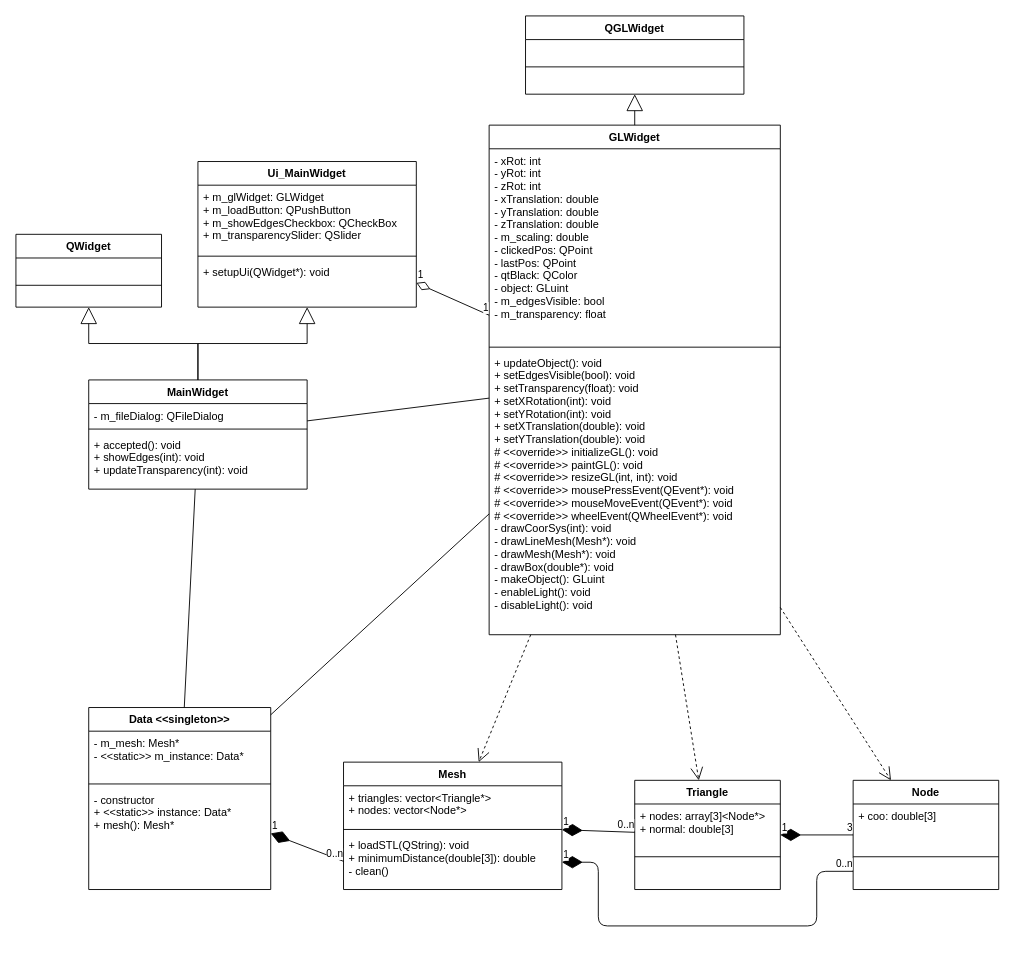
behej/drawio_exoSurgi keeps this draw.io diagram as exoSurgi.drawio. Above is the earlier version. Source tidied: cells renumbered, new cells numbered last; positions are measured from the earlier drawing's top-left corner, leaving out a move shared by most shapes. Both pictures are drawn from the tidied source at 91%, with x=0, y=0 at pixel (15, 15).
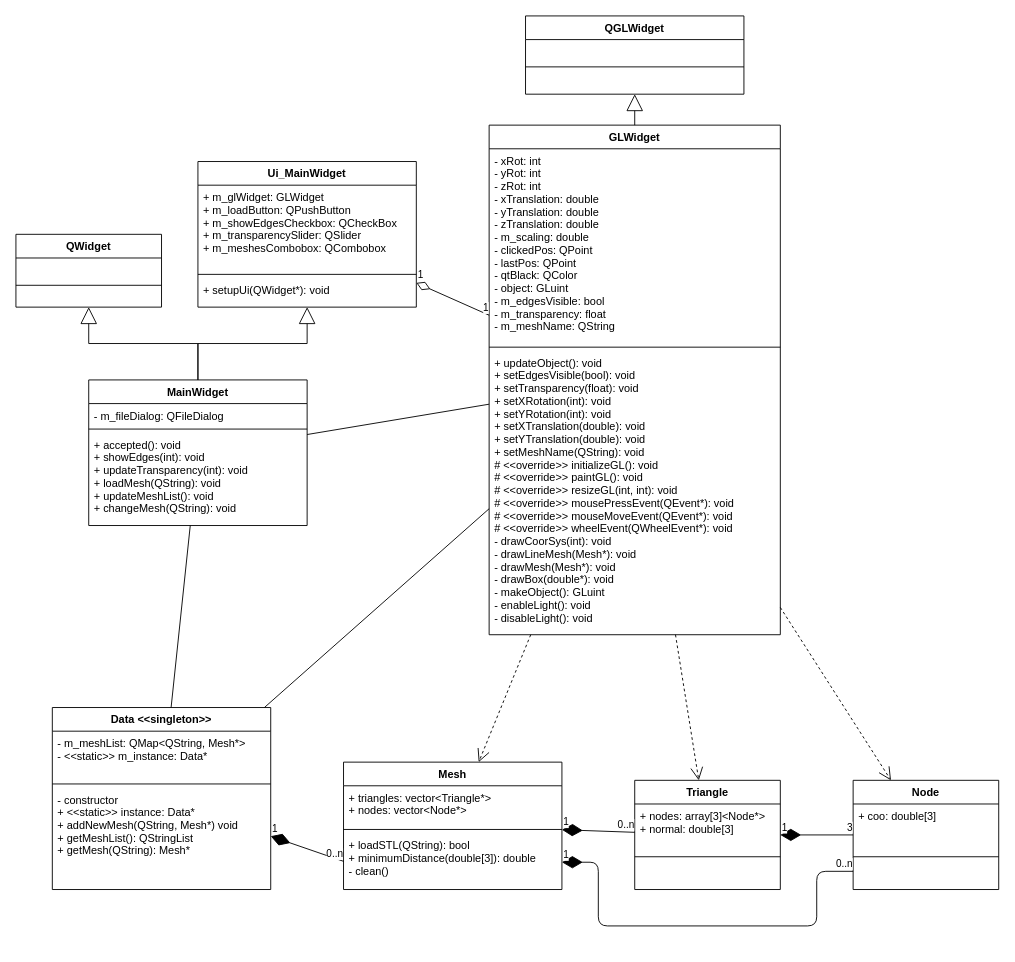
Above is the later version.

Commit message:
enable loading multiple meshes and select the one to display

The change refers to these unchanged cells:
```xml
<mxCell id="2" value="Mesh" style="swimlane;fontStyle=1;align=center;verticalAlign=top;horizontal=1;startSize=26;" parent="1" vertex="1">
  <mxGeometry x="360" y="820" width="240" height="140" as="geometry" />
</mxCell>
<mxCell id="18" value="GLWidget" style="swimlane;fontStyle=1;align=center;verticalAlign=top;horizontal=1;startSize=26;" parent="1" vertex="1">
  <mxGeometry x="520" y="120" width="320" height="560" as="geometry" />
</mxCell>
<mxCell id="26" value="Ui_MainWidget" style="swimlane;fontStyle=1;align=center;verticalAlign=top;horizontal=1;startSize=26;" parent="1" vertex="1">
  <mxGeometry x="200" y="160" width="240" height="160" as="geometry" />
</mxCell>
```

Change to the diagram source:
```diff
@@
-    <mxCell id="5" value="+ loadSTL(QString): void&#10;+ minimumDistance(double[3]): double&#10;- clean()" style="text;strokeColor=none;fillColor=none;align=left;verticalAlign=top;spacingLeft=4;spacingRight=4;overflow=hidden;points=[[0,0.5],[1,0.5]];portConstraint=eastwest;" parent="2" vertex="1">
+    <mxCell id="5" value="+ loadSTL(QString): bool&#10;+ minimumDistance(double[3]): double&#10;- clean()" style="text;strokeColor=none;fillColor=none;align=left;verticalAlign=top;spacingLeft=4;spacingRight=4;overflow=hidden;points=[[0,0.5],[1,0.5]];portConstraint=eastwest;" parent="2" vertex="1">
       <mxGeometry y="78" width="240" height="62" as="geometry" />
     </mxCell>
@@
     <mxCell id="14" value="Data &lt;&lt;singleton&gt;&gt;" style="swimlane;fontStyle=1;align=center;verticalAlign=top;horizontal=1;startSize=26;" parent="1" vertex="1">
-      <mxGeometry x="80" y="760" width="200" height="200" as="geometry" />
+      <mxGeometry x="40" y="760" width="240" height="200" as="geometry" />
     </mxCell>
-    <mxCell id="15" value="- m_mesh: Mesh*&#10;- &lt;&lt;static&gt;&gt; m_instance: Data*&#10;" style="text;strokeColor=none;fillColor=none;align=left;verticalAlign=top;spacingLeft=4;spacingRight=4;overflow=hidden;" parent="14" vertex="1">
-      <mxGeometry y="26" width="200" height="54" as="geometry" />
+    <mxCell id="15" value="- m_meshList: QMap&lt;QString, Mesh*&gt;&#10;- &lt;&lt;static&gt;&gt; m_instance: Data*&#10;" style="text;strokeColor=none;fillColor=none;align=left;verticalAlign=top;spacingLeft=4;spacingRight=4;overflow=hidden;" parent="14" vertex="1">
+      <mxGeometry y="26" width="240" height="54" as="geometry" />
     </mxCell>
     <mxCell id="16" style="line;strokeWidth=1;fillColor=none;align=left;verticalAlign=middle;spacingTop=-1;spacingLeft=3;spacingRight=3;labelPosition=right;" parent="14" vertex="1">
-      <mxGeometry y="80" width="200" height="8" as="geometry" />
+      <mxGeometry y="80" width="240" height="8" as="geometry" />
     </mxCell>
-    <mxCell id="17" value="- constructor&#10;+ &lt;&lt;static&gt;&gt; instance: Data*&#10;+ mesh(): Mesh*" style="text;strokeColor=none;fillColor=none;align=left;verticalAlign=top;spacingLeft=4;spacingRight=4;overflow=hidden;" parent="14" vertex="1">
-      <mxGeometry y="88" width="200" height="112" as="geometry" />
+    <mxCell id="17" value="- constructor&#10;+ &lt;&lt;static&gt;&gt; instance: Data*&#10;+ addNewMesh(QString, Mesh*) void&#10;+ getMeshList(): QStringList&#10;+ getMesh(QString): Mesh*" style="text;strokeColor=none;fillColor=none;align=left;verticalAlign=top;spacingLeft=4;spacingRight=4;overflow=hidden;" parent="14" vertex="1">
+      <mxGeometry y="88" width="240" height="112" as="geometry" />
     </mxCell>
@@
-    <mxCell id="19" value="- xRot: int&#10;- yRot: int&#10;- zRot: int&#10;- xTranslation: double&#10;- yTranslation: double&#10;- zTranslation: double&#10;- m_scaling: double&#10;- clickedPos: QPoint&#10;- lastPos: QPoint&#10;- qtBlack: QColor&#10;- object: GLuint&#10;- m_edgesVisible: bool&#10;- m_transparency: float&#10;" style="text;strokeColor=none;fillColor=none;align=left;verticalAlign=top;spacingLeft=4;spacingRight=4;overflow=hidden;" parent="18" vertex="1">
+    <mxCell id="19" value="- xRot: int&#10;- yRot: int&#10;- zRot: int&#10;- xTranslation: double&#10;- yTranslation: double&#10;- zTranslation: double&#10;- m_scaling: double&#10;- clickedPos: QPoint&#10;- lastPos: QPoint&#10;- qtBlack: QColor&#10;- object: GLuint&#10;- m_edgesVisible: bool&#10;- m_transparency: float&#10;- m_meshName: QString" style="text;strokeColor=none;fillColor=none;align=left;verticalAlign=top;spacingLeft=4;spacingRight=4;overflow=hidden;" parent="18" vertex="1">
       <mxGeometry y="26" width="320" height="214" as="geometry" />
     </mxCell>
@@
-    <mxCell id="21" value="+ updateObject(): void&#10;+ setEdgesVisible(bool): void&#10;+ setTransparency(float): void&#10;+ setXRotation(int): void&#10;+ setYRotation(int): void&#10;+ setXTranslation(double): void&#10;+ setYTranslation(double): void&#10;# &lt;&lt;override&gt;&gt; initializeGL(): void&#10;# &lt;&lt;override&gt;&gt; paintGL(): void&#10;# &lt;&lt;override&gt;&gt; resizeGL(int, int): void&#10;# &lt;&lt;override&gt;&gt; mousePressEvent(QEvent*): void&#10;# &lt;&lt;override&gt;&gt; mouseMoveEvent(QEvent*): void&#10;# &lt;&lt;override&gt;&gt; wheelEvent(QWheelEvent*): void&#10;- drawCoorSys(int): void&#10;- drawLineMesh(Mesh*): void&#10;- drawMesh(Mesh*): void&#10;- drawBox(double*): void&#10;- makeObject(): GLuint&#10;- enableLight(): void&#10;- disableLight(): void" style="text;strokeColor=none;fillColor=none;align=left;verticalAlign=top;spacingLeft=4;spacingRight=4;overflow=hidden;" parent="18" vertex="1">
+    <mxCell id="21" value="+ updateObject(): void&#10;+ setEdgesVisible(bool): void&#10;+ setTransparency(float): void&#10;+ setXRotation(int): void&#10;+ setYRotation(int): void&#10;+ setXTranslation(double): void&#10;+ setYTranslation(double): void&#10;+ setMeshName(QString): void&#10;# &lt;&lt;override&gt;&gt; initializeGL(): void&#10;# &lt;&lt;override&gt;&gt; paintGL(): void&#10;# &lt;&lt;override&gt;&gt; resizeGL(int, int): void&#10;# &lt;&lt;override&gt;&gt; mousePressEvent(QEvent*): void&#10;# &lt;&lt;override&gt;&gt; mouseMoveEvent(QEvent*): void&#10;# &lt;&lt;override&gt;&gt; wheelEvent(QWheelEvent*): void&#10;- drawCoorSys(int): void&#10;- drawLineMesh(Mesh*): void&#10;- drawMesh(Mesh*): void&#10;- drawBox(double*): void&#10;- makeObject(): GLuint&#10;- enableLight(): void&#10;- disableLight(): void" style="text;strokeColor=none;fillColor=none;align=left;verticalAlign=top;spacingLeft=4;spacingRight=4;overflow=hidden;" parent="18" vertex="1">
       <mxGeometry y="248" width="320" height="312" as="geometry" />
     </mxCell>
     <mxCell id="22" value="MainWidget" style="swimlane;fontStyle=1;align=center;verticalAlign=top;horizontal=1;startSize=26;" parent="1" vertex="1">
-      <mxGeometry x="80" y="400" width="240" height="120" as="geometry" />
+      <mxGeometry x="80" y="400" width="240" height="160" as="geometry" />
     </mxCell>
@@
-    <mxCell id="25" value="+ accepted(): void&#10;+ showEdges(int): void&#10;+ updateTransparency(int): void" style="text;strokeColor=none;fillColor=none;align=left;verticalAlign=top;spacingLeft=4;spacingRight=4;overflow=hidden;" parent="22" vertex="1">
-      <mxGeometry y="58" width="240" height="62" as="geometry" />
+    <mxCell id="25" value="+ accepted(): void&#10;+ showEdges(int): void&#10;+ updateTransparency(int): void&#10;+ loadMesh(QString): void&#10;+ updateMeshList(): void&#10;+ changeMesh(QString): void" style="text;strokeColor=none;fillColor=none;align=left;verticalAlign=top;spacingLeft=4;spacingRight=4;overflow=hidden;" parent="22" vertex="1">
+      <mxGeometry y="58" width="240" height="102" as="geometry" />
     </mxCell>
@@
-    <mxCell id="27" value="+ m_glWidget: GLWidget&#10;+ m_loadButton: QPushButton&#10;+ m_showEdgesCheckbox: QCheckBox&#10;+ m_transparencySlider: QSlider" style="text;strokeColor=none;fillColor=none;align=left;verticalAlign=top;spacingLeft=4;spacingRight=4;overflow=hidden;" parent="26" vertex="1">
-      <mxGeometry y="26" width="240" height="74" as="geometry" />
+    <mxCell id="27" value="+ m_glWidget: GLWidget&#10;+ m_loadButton: QPushButton&#10;+ m_showEdgesCheckbox: QCheckBox&#10;+ m_transparencySlider: QSlider&#10;+ m_meshesCombobox: QCombobox" style="text;strokeColor=none;fillColor=none;align=left;verticalAlign=top;spacingLeft=4;spacingRight=4;overflow=hidden;" parent="26" vertex="1">
+      <mxGeometry y="26" width="240" height="94" as="geometry" />
     </mxCell>
     <mxCell id="28" style="line;strokeWidth=1;fillColor=none;align=left;verticalAlign=middle;spacingTop=-1;spacingLeft=3;spacingRight=3;labelPosition=right;" parent="26" vertex="1">
-      <mxGeometry y="100" width="240" height="8" as="geometry" />
+      <mxGeometry y="120" width="240" height="8" as="geometry" />
     </mxCell>
     <mxCell id="29" value="+ setupUi(QWidget*): void" style="text;strokeColor=none;fillColor=none;align=left;verticalAlign=top;spacingLeft=4;spacingRight=4;overflow=hidden;" parent="26" vertex="1">
-      <mxGeometry y="108" width="240" height="52" as="geometry" />
+      <mxGeometry y="128" width="240" height="32" as="geometry" />
     </mxCell>
```
